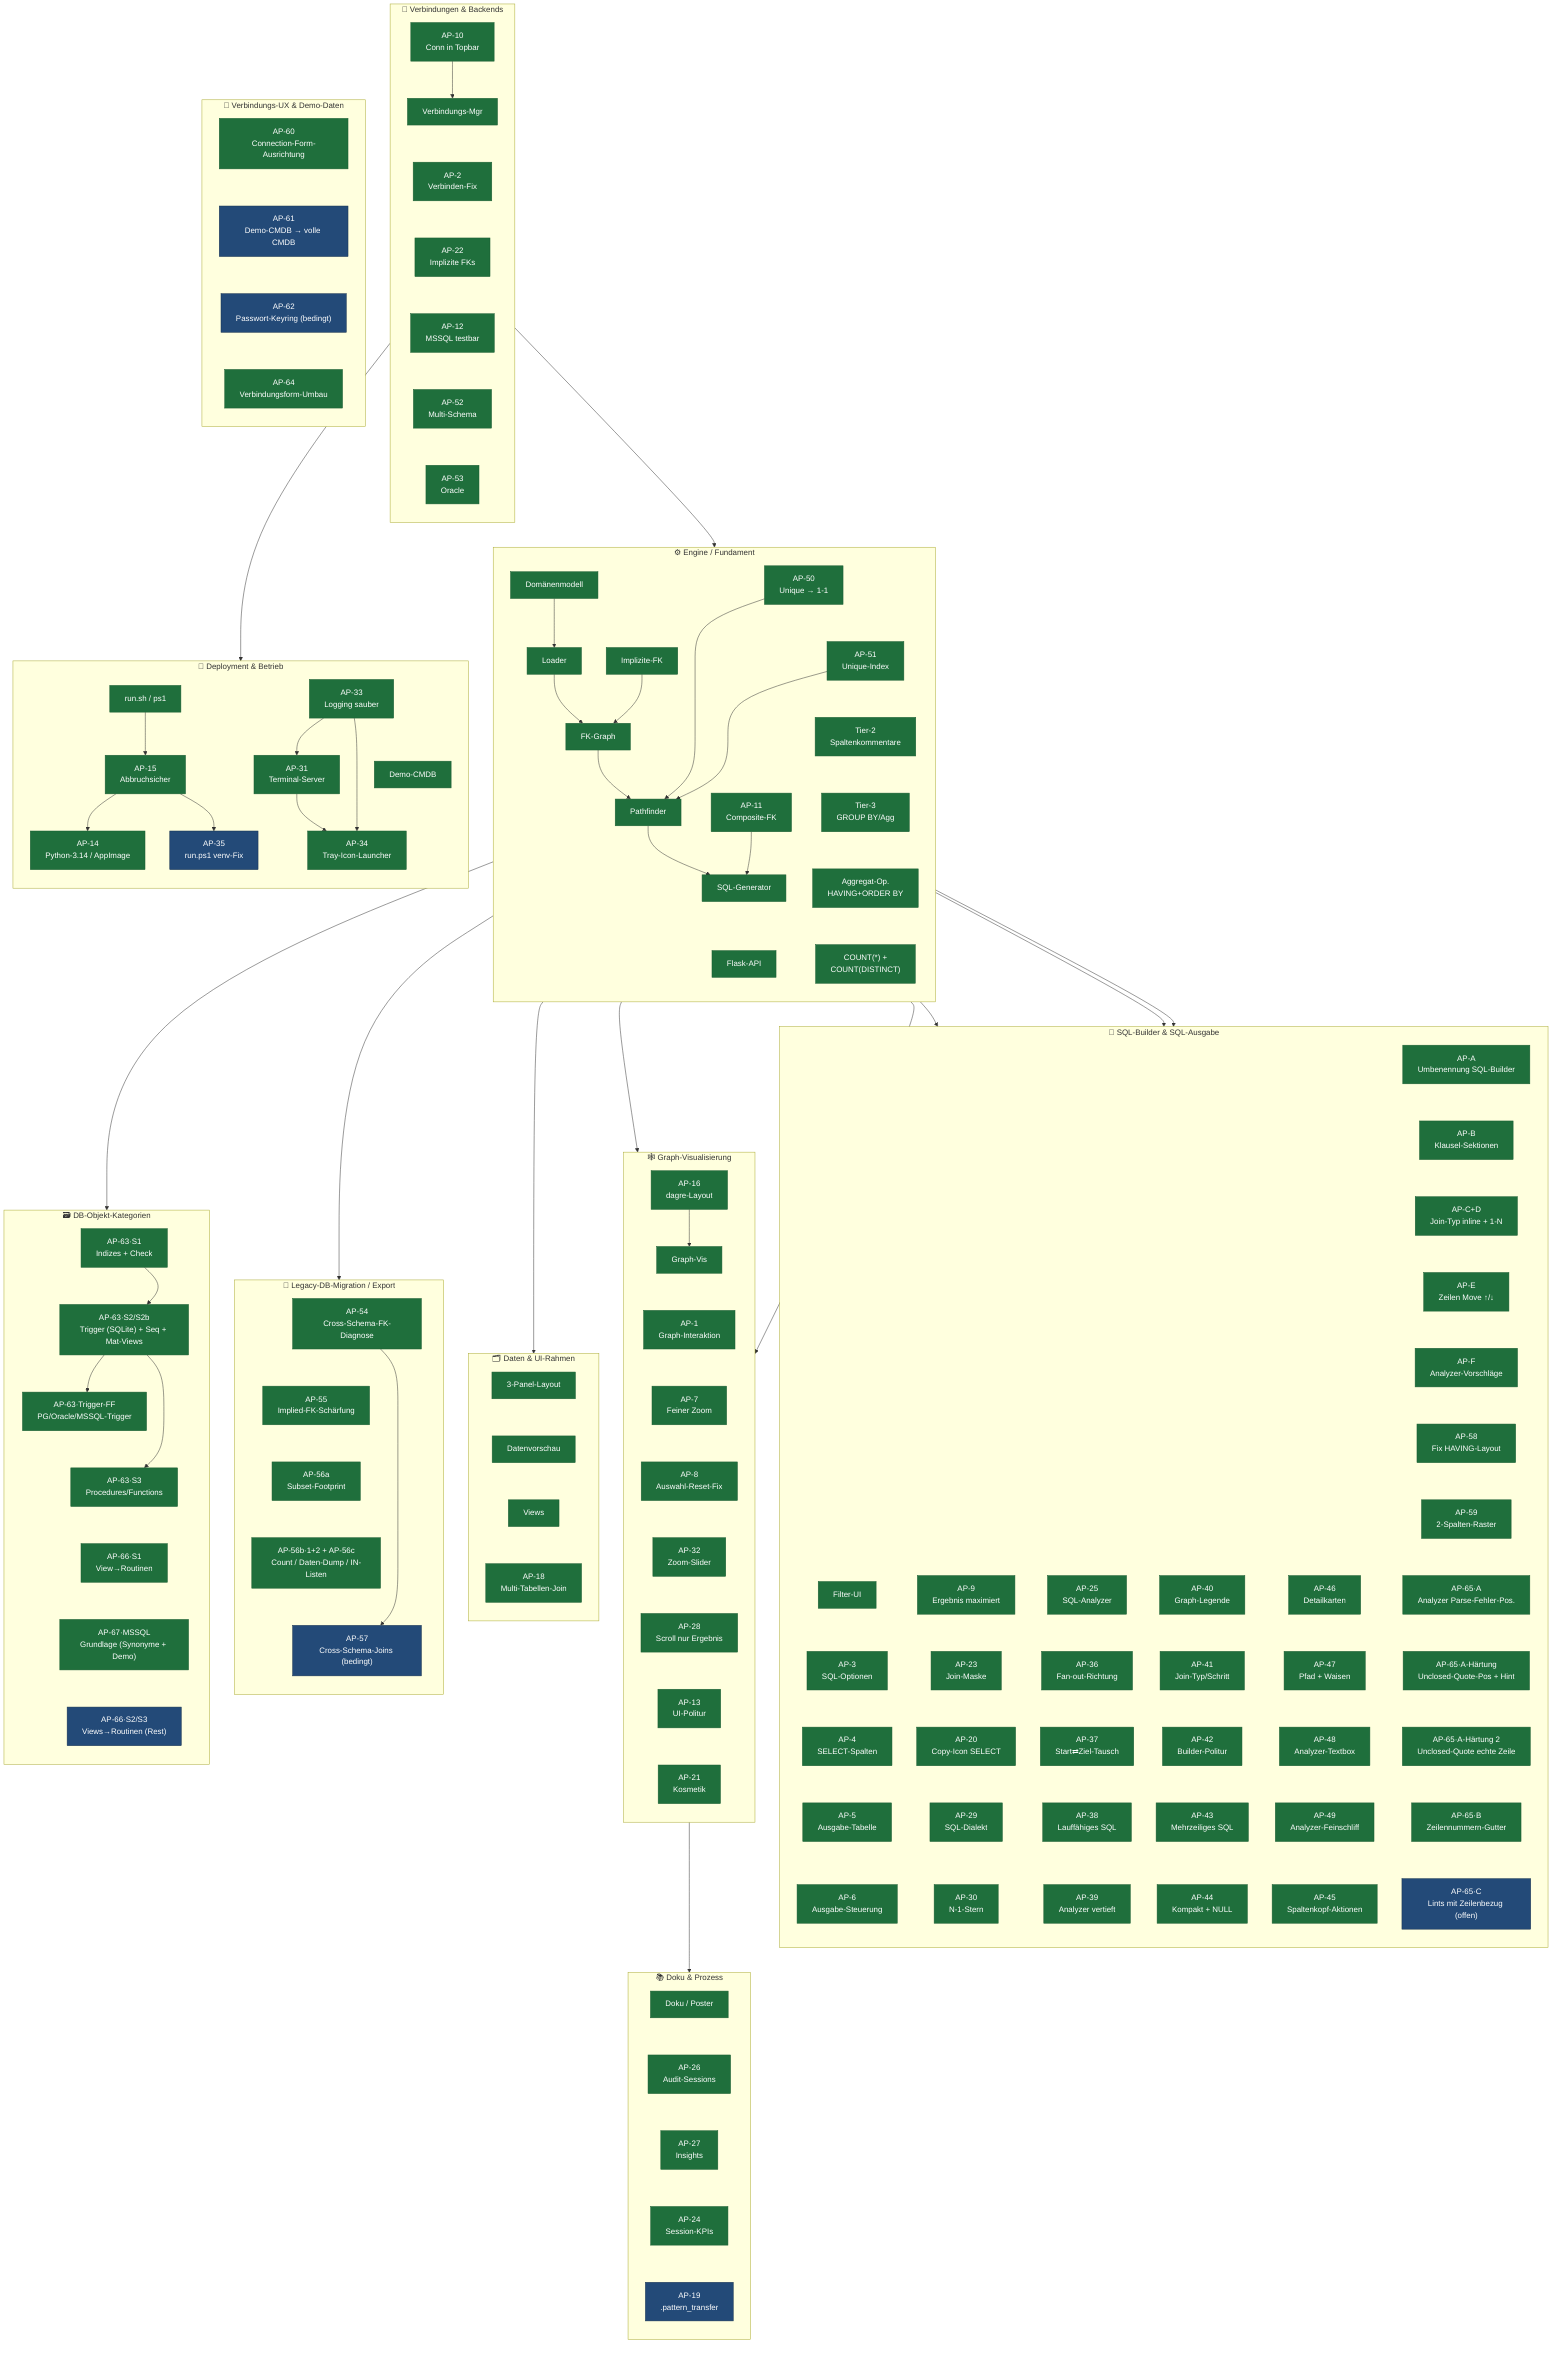
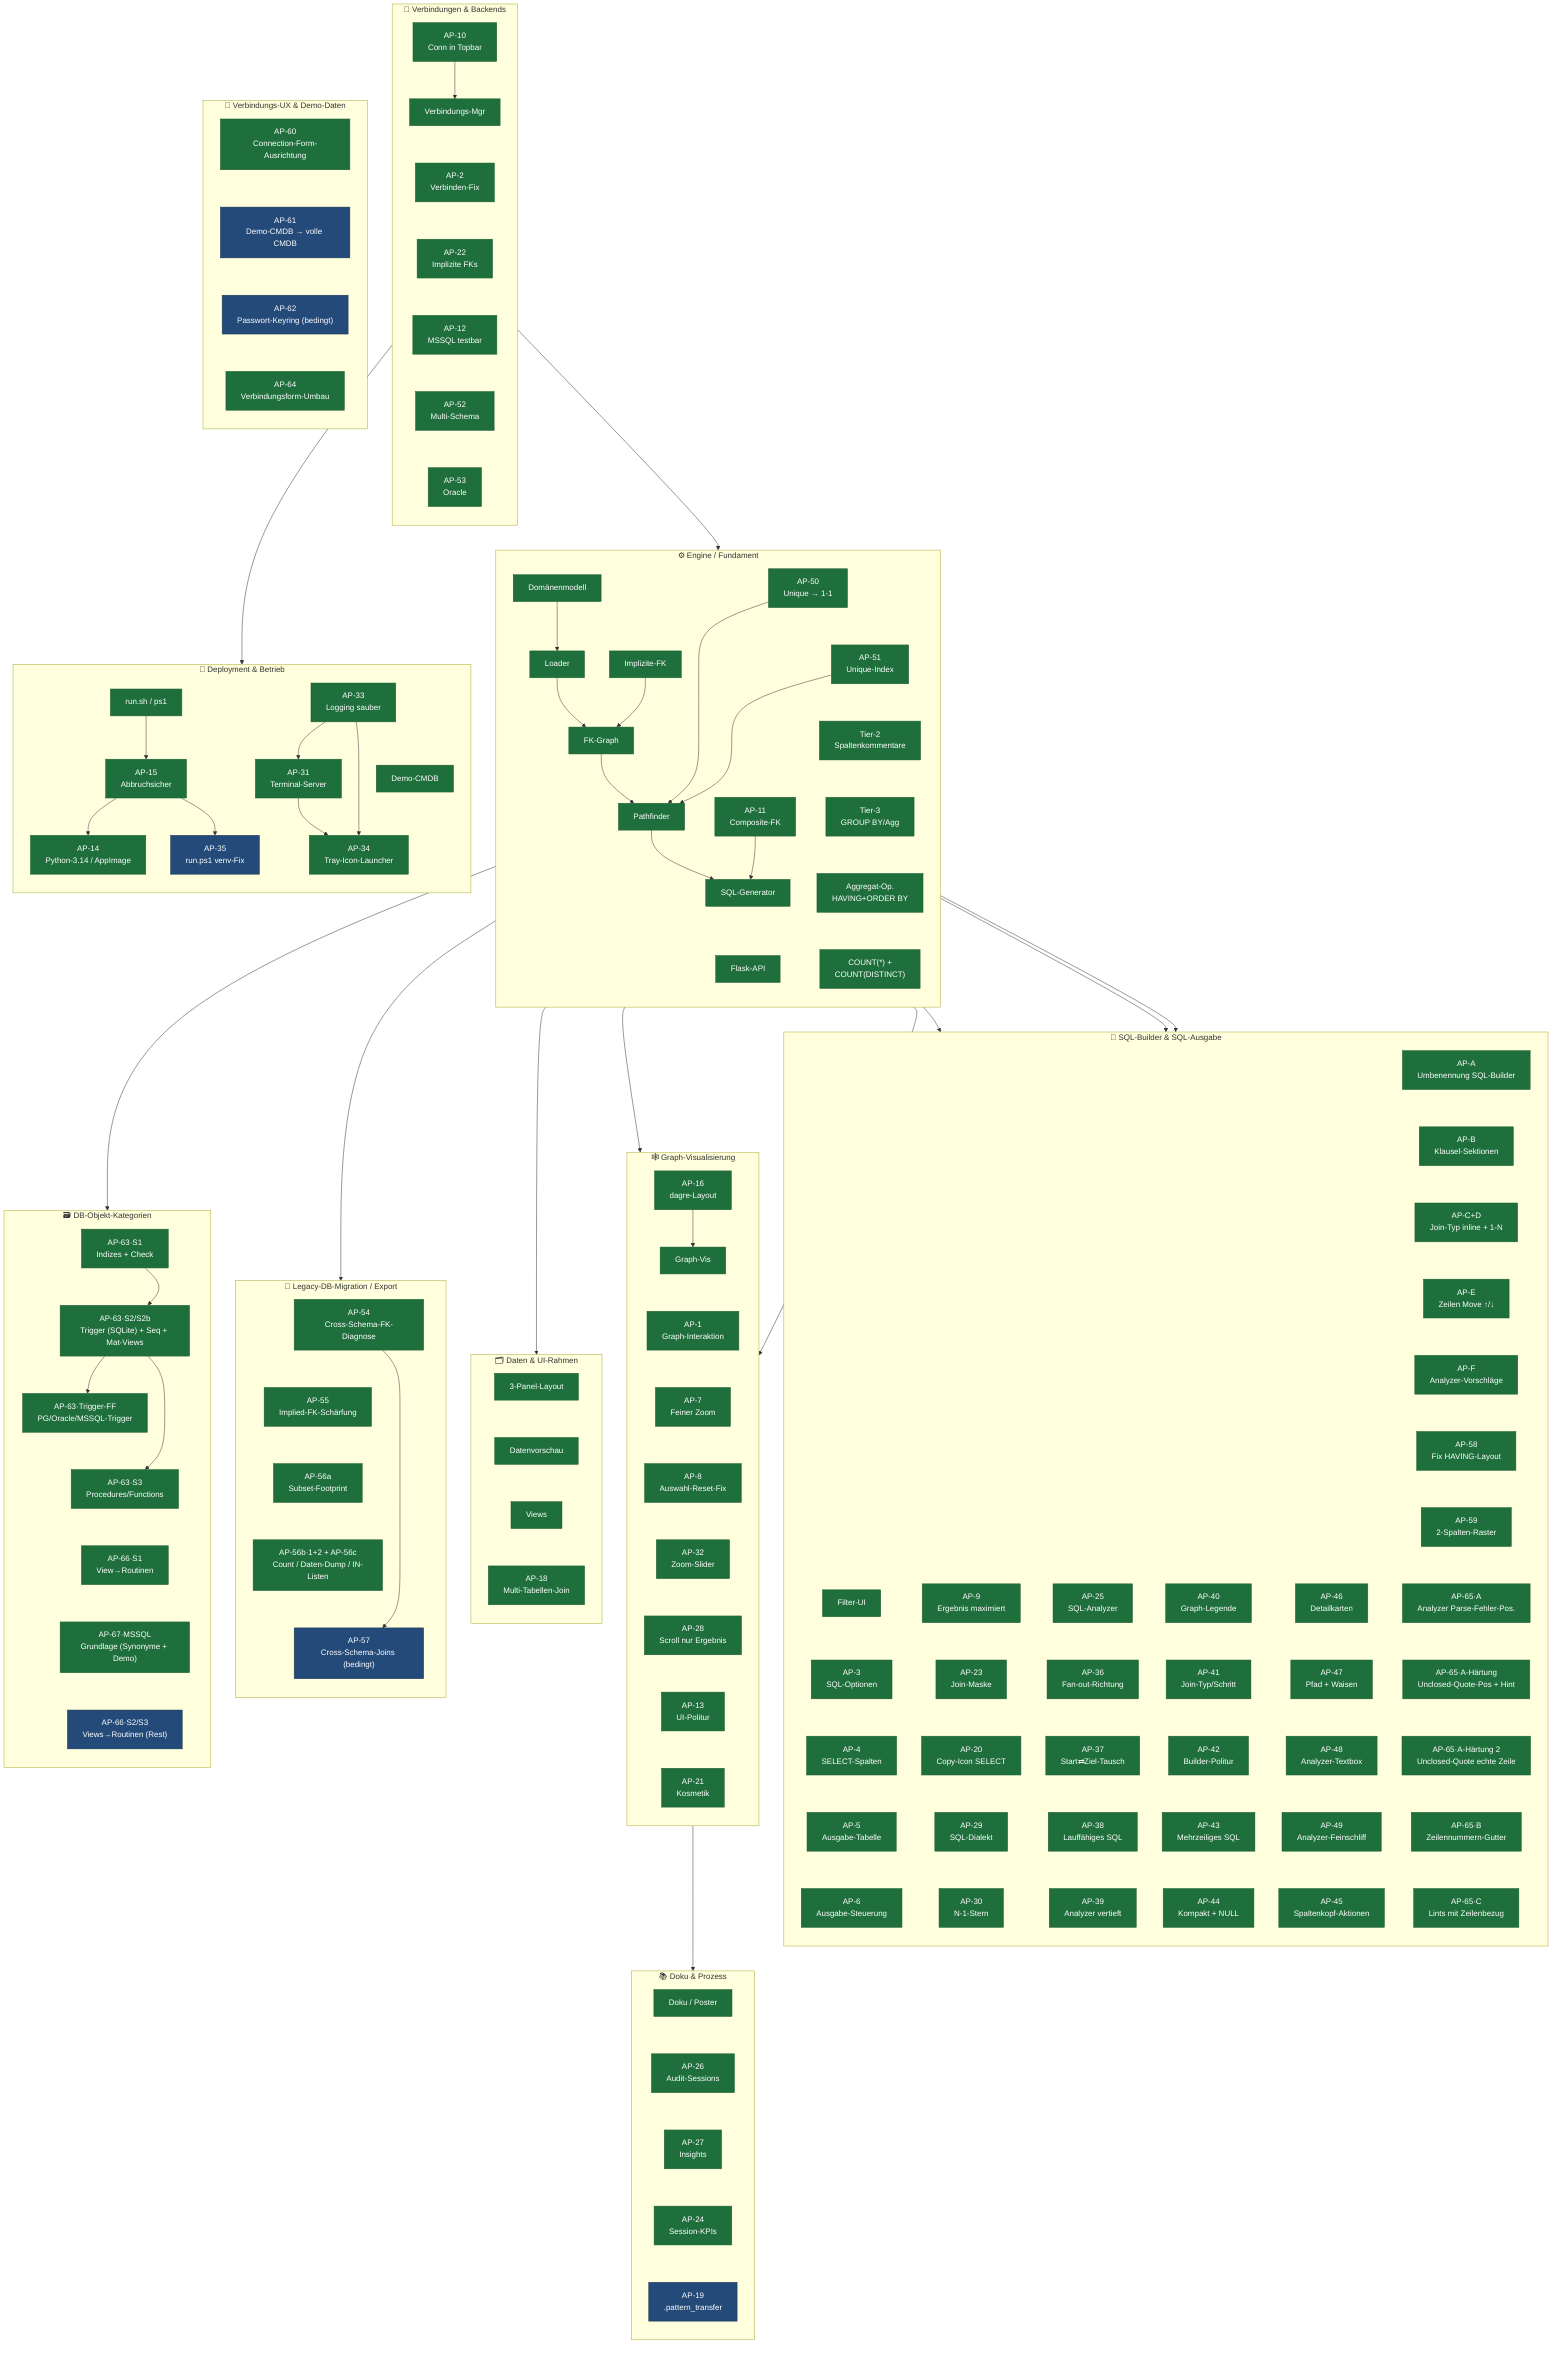
flowchart TB
    classDef done fill:#1f6f3c,color:#fff,stroke:#1a5c32,stroke-width:1px
    classDef plan fill:#234a78,color:#fff,stroke:#16314f,stroke-width:1px

    %% ── C1 · Engine / Fundament ──────────────────────────────────────────
    subgraph C1["⚙️  Engine / Fundament"]
        direction TB
        E1["Domänenmodell"]
        E2["Loader"]
        E3["FK-Graph"]
        E4["Pathfinder"]
        E5["SQL-Generator"]
        E6["Flask-API"]
        E7["AP-11\nComposite-FK"]
        E8["Implizite-FK"]
        E9["AP-50\nUnique → 1-1"]
        E10["AP-51\nUnique-Index"]
        E11["Tier-2\nSpaltenkommentare"]
        E12["Tier-3\nGROUP BY/Agg"]
        E13["Aggregat-Op.\nHAVING+ORDER BY"]
        E14["COUNT(*) +\nCOUNT(DISTINCT)"]
        E1 --> E2 --> E3 --> E4 --> E5
        E7 --> E5
        E8 --> E3
        E9 --> E4
        E10 --> E4
        E5 ~~~ E6
        E9 ~~~ E10
        E10 ~~~ E11
        E11 ~~~ E12
        E12 ~~~ E13
        E13 ~~~ E14
    end

    %% ── C2 · Verbindungen & Backends ─────────────────────────────────────
    subgraph C2["🔌  Verbindungen & Backends"]
        direction TB
        V1["Verbindungs-Mgr"]
        V2["AP-2\nVerbinden-Fix"]
        V3["AP-10\nConn in Topbar"]
        V4["AP-12\nMSSQL testbar"]
        V5["AP-22\nImplizite FKs"]
        V6["AP-52\nMulti-Schema"]
        V7["AP-53\nOracle"]
        V3 --> V1
        V1 ~~~ V2 ~~~ V5 ~~~ V4 ~~~ V6 ~~~ V7
    end

    %% ── C3 · SQL-Builder & SQL-Ausgabe ──────────────────────────────────
    subgraph C3["🧩  SQL-Builder & SQL-Ausgabe"]
        direction TB
        J1["Filter-UI"]
        J2["AP-3\nSQL-Optionen"]
        J3["AP-4\nSELECT-Spalten"]
        J4["AP-5\nAusgabe-Tabelle"]
        J5["AP-6\nAusgabe-Steuerung"]
        J6["AP-9\nErgebnis maximiert"]
        J7["AP-23\nJoin-Maske"]
        J8["AP-20\nCopy-Icon SELECT"]
        J9["AP-29\nSQL-Dialekt"]
        J10["AP-30\nN-1-Stern"]
        J11["AP-25\nSQL-Analyzer"]
        J12["AP-36\nFan-out-Richtung"]
        J13["AP-37\nStart⇄Ziel-Tausch"]
        J14["AP-38\nLauffähiges SQL"]
        J15["AP-39\nAnalyzer vertieft"]
        J16["AP-40\nGraph-Legende"]
        J17["AP-41\nJoin-Typ/Schritt"]
        J18["AP-42\nBuilder-Politur"]
        J19["AP-43\nMehrzeiliges SQL"]
        J20["AP-44\nKompakt + NULL"]
        J21["AP-46\nDetailkarten"]
        J22["AP-47\nPfad + Waisen"]
        J23["AP-48\nAnalyzer-Textbox"]
        J24["AP-49\nAnalyzer-Feinschliff"]
        J25["AP-45\nSpaltenkopf-Aktionen"]
        J26["AP-A\nUmbenennung SQL-Builder"]
        J27["AP-B\nKlausel-Sektionen"]
        J28["AP-C+D\nJoin-Typ inline + 1-N"]
        J29["AP-E\nZeilen Move ↑/↓"]
        J30["AP-F\nAnalyzer-Vorschläge"]
        J31["AP-58\nFix HAVING-Layout"]
        J32["AP-59\n2-Spalten-Raster"]
        J33["AP-65·A\nAnalyzer Parse-Fehler-Pos."]
        J35["AP-65·A-Härtung\nUnclosed-Quote-Pos + Hint"]
        J36["AP-65·A-Härtung 2\nUnclosed-Quote echte Zeile"]
        J37["AP-65·B\nZeilennummern-Gutter"]
-         J34["AP-65·C\nLints mit Zeilenbezug (offen)"]
+         J34["AP-65·C\nLints mit Zeilenbezug"]
        %% In 5 parallele Spalten gepackt (statt einer 25-Boxen-Säule) → kompaktes Gitter
        J1 ~~~ J2 ~~~ J3 ~~~ J4 ~~~ J5
        J6 ~~~ J7 ~~~ J8 ~~~ J9 ~~~ J10
        J11 ~~~ J12 ~~~ J13 ~~~ J14 ~~~ J15
        J16 ~~~ J17 ~~~ J18 ~~~ J19 ~~~ J20
        J21 ~~~ J22 ~~~ J23 ~~~ J24 ~~~ J25
        J26 ~~~ J27 ~~~ J28 ~~~ J29 ~~~ J30 ~~~ J31 ~~~ J32 ~~~ J33 ~~~ J35 ~~~ J36 ~~~ J37 ~~~ J34
    end

    %% ── C4 · Graph-Visualisierung ────────────────────────────────────────
    subgraph C4["🕸️  Graph-Visualisierung"]
        direction TB
        G1["Graph-Vis"]
        G2["AP-1\nGraph-Interaktion"]
        G3["AP-7\nFeiner Zoom"]
        G4["AP-8\nAuswahl-Reset-Fix"]
        G5["AP-16\ndagre-Layout"]
        G6["AP-32\nZoom-Slider"]
        G7["AP-28\nScroll nur Ergebnis"]
        G8["AP-13\nUI-Politur"]
        G9["AP-21\nKosmetik"]
        G5 --> G1
        G1 ~~~ G2 ~~~ G3 ~~~ G4 ~~~ G6 ~~~ G7 ~~~ G8 ~~~ G9
    end

    %% ── C5 · Daten & UI-Rahmen ───────────────────────────────────────────
    subgraph C5["🗂️  Daten & UI-Rahmen"]
        direction TB
        D1["3-Panel-Layout"]
        D2["Datenvorschau"]
        D3["Views"]
        D4["AP-18\nMulti-Tabellen-Join"]
        D1 ~~~ D2 ~~~ D3 ~~~ D4
    end

    %% ── C6 · Deployment & Betrieb ────────────────────────────────────────
    subgraph C6["🚀  Deployment & Betrieb"]
        direction TB
        B1["Demo-CMDB"]
        B2["run.sh / ps1"]
        B3["AP-15\nAbbruchsicher"]
        B4["AP-14\nPython-3.14 / AppImage"]
        B5["AP-35\nrun.ps1 venv-Fix"]
        B7["AP-31\nTerminal-Server"]
        B8["AP-33\nLogging sauber"]
        B9["AP-34\nTray-Icon-Launcher"]
        B2 --> B3
        B3 --> B4
        B3 --> B5
        B8 --> B7
        B7 --> B9
        B8 --> B9
        B1 ~~~ B9
    end

    %% ── C7 · Doku & Prozess ──────────────────────────────────────────────
    subgraph C7["📚  Doku & Prozess"]
        direction TB
        K1["Doku / Poster"]
        K2["AP-26\nAudit-Sessions"]
        K3["AP-27\nInsights"]
        K5["AP-24\nSession-KPIs"]
        K4["AP-19\n.pattern_transfer"]
        K1 ~~~ K2 ~~~ K3 ~~~ K5 ~~~ K4
    end

    %% ── C8 · Legacy-DB-Migration / Export (geplant) ──────────────────────
    subgraph C8["🧬  Legacy-DB-Migration / Export"]
        direction TB
        M1["AP-54\nCross-Schema-FK-Diagnose"]
        M2["AP-55\nImplied-FK-Schärfung"]
        M3["AP-56a\nSubset-Footprint"]
        M3b["AP-56b·1+2 + AP-56c\nCount / Daten-Dump / IN-Listen"]
        M4["AP-57\nCross-Schema-Joins (bedingt)"]
        M1 ~~~ M2 ~~~ M3 ~~~ M3b ~~~ M4
    end

    %% ── C9 · DB-Objekt-Kategorien (geplant) ──────────────────────────────
    subgraph C9["🗃️  DB-Objekt-Kategorien"]
        direction TB
        O1["AP-63·S1\nIndizes + Check"]
        O2["AP-63·S2/S2b\nTrigger (SQLite) + Seq + Mat-Views"]
        O2b["AP-63·Trigger-FF\nPG/Oracle/MSSQL-Trigger"]
        O3["AP-63·S3\nProcedures/Functions"]
        O4["AP-66·S1\nView→Routinen"]
        O5["AP-67·MSSQL\nGrundlage (Synonyme + Demo)"]
        O4b["AP-66·S2/S3\nViews→Routinen (Rest)"]
        O1 ~~~ O2 ~~~ O2b ~~~ O3 ~~~ O4 ~~~ O5 ~~~ O4b
    end

    %% ── C10 · Verbindungs-UX & Demo-Daten (geplant) ──────────────────────
    subgraph C10["🔧  Verbindungs-UX & Demo-Daten"]
        direction TB
        P1["AP-60\nConnection-Form-Ausrichtung"]
        P2["AP-61\nDemo-CMDB → volle CMDB"]
        P3["AP-62\nPasswort-Keyring (bedingt)"]
        P4["AP-64\nVerbindungsform-Umbau"]
        P1 ~~~ P2 ~~~ P3 ~~~ P4
    end

    %% ── Cluster-übergreifende Abhängigkeiten ─────────────────────────────
    V1 --> E2
    M1 --> M4
    E2 --> M1
    E2 --> O1
    O1 --> O2 --> O2b
    O2 --> O3
    E5 --> J1
    E5 --> J9
    E5 --> J11
    E4 --> G2
    E3 --> G1
    E6 --> D1
    V4 --> B7
    G5 --> K2

    class E1,E2,E3,E4,E5,E6,E7,E8,E9,E10,E11,E12,E13,E14 done
    class V1,V2,V3,V4,V5,V6,V7 done
-     class J1,J2,J3,J4,J5,J6,J7,J8,J9,J10,J11,J12,J13,J14,J15,J16,J17,J18,J19,J20,J21,J22,J23,J24,J25,J26,J27,J28,J29,J30,J31,J32,J33,J35,J36,J37 done
+     class J1,J2,J3,J4,J5,J6,J7,J8,J9,J10,J11,J12,J13,J14,J15,J16,J17,J18,J19,J20,J21,J22,J23,J24,J25,J26,J27,J28,J29,J30,J31,J32,J33,J35,J36,J37,J34 done
    class G1,G2,G3,G4,G5,G6,G7,G8,G9 done
    class D1,D2,D3,D4 done
    class B1,B2,B3,B4,B7,B8,B9 done
    class B5 plan
    class K1,K2,K3,K5 done
    class K4 plan
    class M3,M3b done
    class M4 plan
    class M2 done
    class M1 done
    class O1,O2,O2b,O3,O4,O5 done
    class O4b plan
    class P2,P3 plan
    class P1,P4 done
-     class J34 plan
